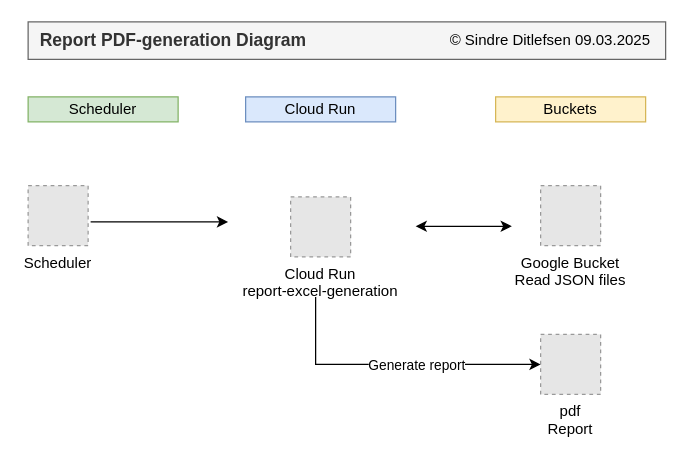
Above: report-pdf-generation/_docs/report-pdf-generation-diagram.drawio in ditlef9/python-nextjs-postgresql-devsecops-gcp (draw.io), before the change. Source tidied: cells renumbered, new cells numbered last; positions are measured from the earlier drawing's top-left corner, leaving out a move shared by most shapes. Both pictures are drawn from the tidied source at 125%, with x=0, y=0 at pixel (28, 21). Pictures stored in the file or linked from it are replaced by grey dashed boxes.
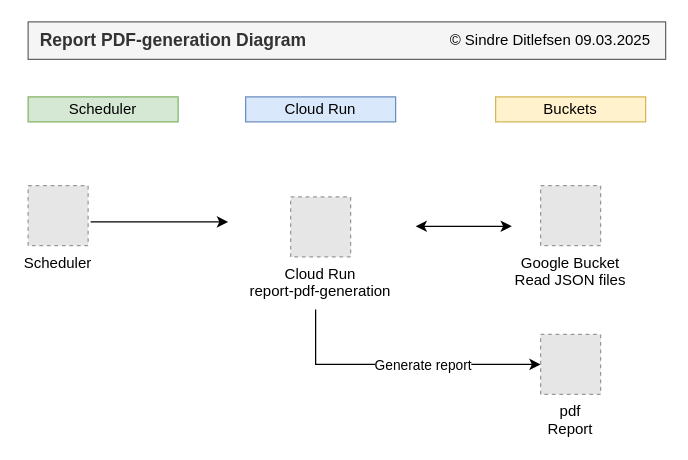
After the change.

Change to the diagram source:
```diff
@@
 <mxGraphModel>
   <root>
     <mxCell id="0" />
     <mxCell id="1" parent="0" />
     <mxCell id="2" value="&lt;span style=&quot;font-size: 14px;&quot;&gt;&lt;b&gt;&amp;nbsp; Report PDF-generation Diagram&lt;/b&gt;&lt;/span&gt;" style="rounded=0;whiteSpace=wrap;html=1;fillColor=#f5f5f5;fontColor=#333333;strokeColor=#666666;align=left;" parent="1" vertex="1">
       <mxGeometry width="510" height="30" as="geometry" />
     </mxCell>
     <mxCell id="3" value="© Sindre Ditlefsen 09.03.2025" style="text;html=1;strokeColor=none;fillColor=none;align=right;verticalAlign=middle;whiteSpace=wrap;rounded=0;" parent="1" vertex="1">
       <mxGeometry x="250" width="250" height="30" as="geometry" />
     </mxCell>
     <mxCell id="4" style="endArrow=classic;html=1;rounded=0;" parent="1" edge="1">
       <mxGeometry relative="1" as="geometry">
         <mxPoint x="50" y="160" as="sourcePoint" />
         <mxPoint x="160" y="160" as="targetPoint" />
       </mxGeometry>
     </mxCell>
     <mxCell id="5" value="Google Bucket&#10;Read JSON files" style="fillColor=#E6E6E6;strokeColor=#999999;dashed=1;verticalLabelPosition=bottom;labelBackgroundColor=default;verticalAlign=top;" parent="1" vertex="1">
       <mxGeometry x="410" y="131" width="48" height="48" as="geometry" />
     </mxCell>
     <mxCell id="6" style="endArrow=classic;html=1;rounded=0;exitX=1;exitY=0.5;exitDx=0;exitDy=0;startArrow=classic;startFill=1;" parent="1" edge="1">
       <mxGeometry relative="1" as="geometry">
         <mxPoint x="310" y="163.5" as="sourcePoint" />
         <mxPoint x="387" y="163.5" as="targetPoint" />
       </mxGeometry>
     </mxCell>
     <mxCell id="7" value="Scheduler" style="fillColor=#E6E6E6;strokeColor=#999999;dashed=1;verticalLabelPosition=bottom;labelBackgroundColor=default;verticalAlign=top;" parent="1" vertex="1">
       <mxGeometry y="131" width="48" height="48" as="geometry" />
     </mxCell>
-    <mxCell id="8" value="Cloud Run&#10;report-excel-generation" style="fillColor=#E6E6E6;strokeColor=#999999;dashed=1;verticalLabelPosition=bottom;labelBackgroundColor=default;verticalAlign=top;" parent="1" vertex="1">
+    <mxCell id="8" value="Cloud Run&#10;report-pdf-generation" style="fillColor=#E6E6E6;strokeColor=#999999;dashed=1;verticalLabelPosition=bottom;labelBackgroundColor=default;verticalAlign=top;" parent="1" vertex="1">
       <mxGeometry x="210" y="140" width="48" height="48" as="geometry" />
     </mxCell>
     <mxCell id="9" value="pdf&#10;Report" style="fillColor=#E6E6E6;strokeColor=#999999;dashed=1;verticalLabelPosition=bottom;labelBackgroundColor=default;verticalAlign=top;" parent="1" vertex="1">
       <mxGeometry x="410" y="250" width="48" height="48" as="geometry" />
     </mxCell>
     <mxCell id="10" style="endArrow=classic;html=1;rounded=0;entryX=0;entryY=0.5;entryDx=0;entryDy=0;" parent="1" edge="1" target="9">
       <mxGeometry relative="1" as="geometry">
-        <mxPoint x="230" y="220" as="sourcePoint" />
+        <mxPoint x="230" y="230" as="sourcePoint" />
         <Array as="points">
           <mxPoint x="230" y="274" />
         </Array>
       </mxGeometry>
     </mxCell>
     <mxCell id="11" value="Generate report" style="edgeLabel;html=1;align=center;verticalAlign=middle;" parent="10" vertex="1">
       <mxGeometry x="-0.05" y="1" relative="1" as="geometry">
         <mxPoint x="23" y="1" as="offset" />
       </mxGeometry>
     </mxCell>
     <mxCell id="12" value="Scheduler" style="rounded=0;whiteSpace=wrap;html=1;fillColor=#d5e8d4;strokeColor=#82b366;" parent="1" vertex="1">
       <mxGeometry y="60" width="120" height="20" as="geometry" />
     </mxCell>
     <mxCell id="13" value="Cloud Run" style="rounded=0;whiteSpace=wrap;html=1;fillColor=#dae8fc;strokeColor=#6c8ebf;" parent="1" vertex="1">
       <mxGeometry x="174" y="60" width="120" height="20" as="geometry" />
     </mxCell>
     <mxCell id="14" value="Buckets" style="rounded=0;whiteSpace=wrap;html=1;fillColor=#fff2cc;strokeColor=#d6b656;" parent="1" vertex="1">
       <mxGeometry x="374" y="60" width="120" height="20" as="geometry" />
     </mxCell>
   </root>
 </mxGraphModel>
```
